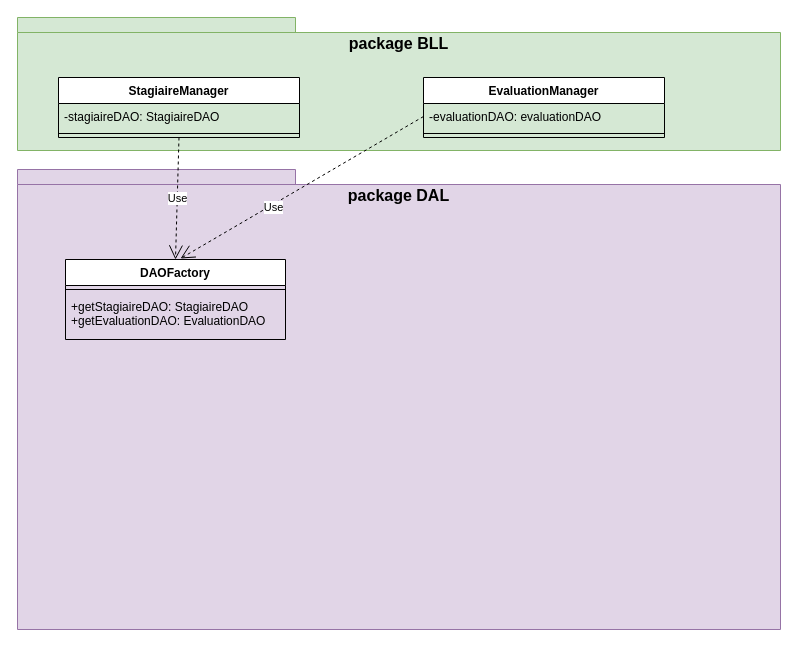
Earlier version of the draw.io diagram Diagramme sans nom.drawio (JeromeLuss/DiagrammesEnVrac). Source tidied: cells renumbered, new cells numbered last; positions are measured from the earlier drawing's top-left corner, leaving out a move shared by most shapes. Both pictures are drawn from the tidied source at 100%, with x=0, y=0 at pixel (17, 17).
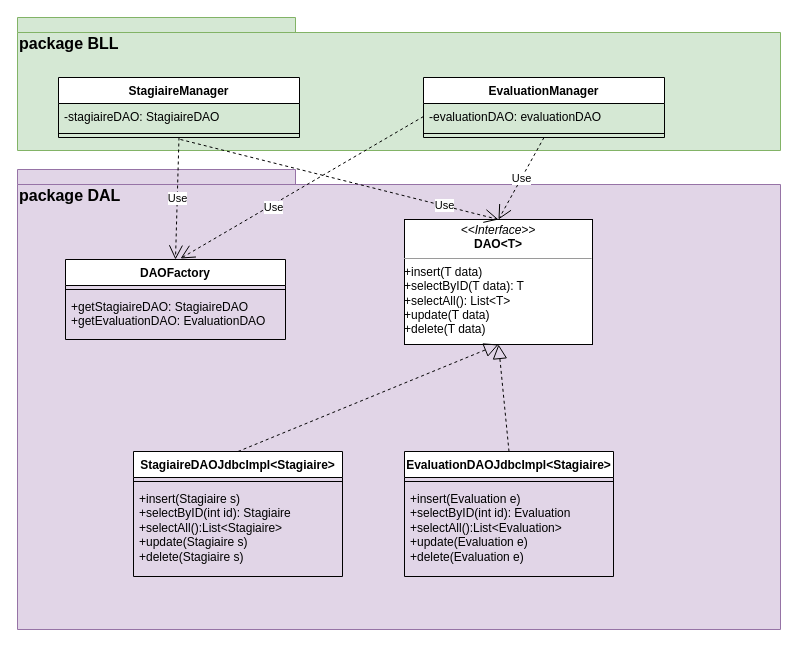
The same page after the edit.

Commit message:
Mettre à jour Diagramme sans nom.drawio

Unchanged cells that the change refers to:
```xml
<mxCell id="5" style="line;strokeWidth=1;fillColor=none;align=left;verticalAlign=middle;spacingTop=-1;spacingLeft=3;spacingRight=3;labelPosition=right;points=[];portConstraint=eastwest;strokeColor=inherit;" parent="3" vertex="1">
  <mxGeometry y="52" width="241" height="8" as="geometry" />
</mxCell>
<mxCell id="6" value="EvaluationManager" style="swimlane;fontStyle=1;align=center;verticalAlign=top;horizontal=1;startSize=26;whiteSpace=wrap;html=1;" parent="1" vertex="1">
  <mxGeometry x="406" y="60" width="241" height="60" as="geometry" />
</mxCell>
```

Diff of the diagram source:
```diff
@@
-    <mxCell id="2" value="package BLL" style="shape=folder;fontStyle=1;spacingTop=10;tabWidth=278;tabHeight=15;tabPosition=left;html=1;whiteSpace=wrap;verticalAlign=top;fontSize=16;fillColor=#d5e8d4;strokeColor=#82b366;" parent="1" vertex="1">
+    <mxCell id="2" value="package BLL" style="shape=folder;fontStyle=1;spacingTop=10;tabWidth=278;tabHeight=15;tabPosition=left;html=1;whiteSpace=wrap;verticalAlign=top;fontSize=16;fillColor=#d5e8d4;strokeColor=#82b366;align=left;" parent="1" vertex="1">
       <mxGeometry width="763" height="133" as="geometry" />
     </mxCell>
@@
-    <mxCell id="9" value="package DAL" style="shape=folder;fontStyle=1;spacingTop=10;tabWidth=278;tabHeight=15;tabPosition=left;html=1;whiteSpace=wrap;verticalAlign=top;fontSize=16;fillColor=#e1d5e7;strokeColor=#9673a6;" parent="1" vertex="1">
+    <mxCell id="9" value="package DAL" style="shape=folder;fontStyle=1;spacingTop=10;tabWidth=278;tabHeight=15;tabPosition=left;html=1;whiteSpace=wrap;verticalAlign=top;fontSize=16;fillColor=#e1d5e7;strokeColor=#9673a6;align=left;" parent="1" vertex="1">
       <mxGeometry y="152" width="763" height="460" as="geometry" />
     </mxCell>
@@
+    <mxCell id="15" value="&lt;p style=&quot;margin:0px;margin-top:4px;text-align:center;&quot;&gt;&lt;i&gt;&amp;lt;&amp;lt;Interface&amp;gt;&amp;gt;&lt;/i&gt;&lt;br&gt;&lt;b&gt;DAO&amp;lt;T&amp;gt;&lt;/b&gt;&lt;br&gt;&lt;/p&gt;&lt;hr size=&quot;1&quot;&gt;&lt;div&gt;+insert(T data)&lt;/div&gt;&lt;div&gt;+selectByID(T data): T&lt;/div&gt;&lt;div&gt;+selectAll(): List&amp;lt;T&amp;gt;&lt;/div&gt;&lt;div&gt;+update(T data)&lt;/div&gt;&lt;div&gt;+delete(T data)&lt;br&gt;&lt;/div&gt;" style="verticalAlign=top;align=left;overflow=fill;fontSize=12;fontFamily=Helvetica;html=1;whiteSpace=wrap;" parent="1" vertex="1">
+      <mxGeometry x="387" y="202" width="188" height="125" as="geometry" />
+    </mxCell>
+    <mxCell id="16" value="Use" style="endArrow=open;endSize=12;dashed=1;html=1;rounded=0;exitX=0.506;exitY=1.25;exitDx=0;exitDy=0;exitPerimeter=0;entryX=0.5;entryY=0;entryDx=0;entryDy=0;" parent="1" edge="1" source="5" target="15">
+      <mxGeometry x="0.66" relative="1" as="geometry" />
+    </mxCell>
+    <mxCell id="17" value="Use" style="endArrow=open;endSize=12;dashed=1;html=1;rounded=0;exitX=0.5;exitY=1;exitDx=0;exitDy=0;entryX=0.5;entryY=0;entryDx=0;entryDy=0;" parent="1" edge="1" source="6" target="15">
+      <mxGeometry relative="1" as="geometry" />
+    </mxCell>
+    <mxCell id="18" value="StagiaireDAOJdbcImpl&amp;lt;Stagiaire&amp;gt;" style="swimlane;fontStyle=1;align=center;verticalAlign=top;horizontal=1;startSize=26;whiteSpace=wrap;html=1;" parent="1" vertex="1">
+      <mxGeometry x="116" y="434" width="209" height="125" as="geometry" />
+    </mxCell>
+    <mxCell id="19" style="line;strokeWidth=1;fillColor=none;align=left;verticalAlign=middle;spacingTop=-1;spacingLeft=3;spacingRight=3;labelPosition=right;strokeColor=inherit;" parent="18" vertex="1">
+      <mxGeometry y="26" width="209" height="8" as="geometry" />
+    </mxCell>
+    <mxCell id="20" value="&lt;div&gt;+insert(Stagiaire s)&lt;/div&gt;&lt;div&gt;+selectByID(int id): Stagiaire&lt;/div&gt;&lt;div&gt;+selectAll():List&amp;lt;Stagiaire&amp;gt;&lt;/div&gt;&lt;div&gt;+update(Stagiaire s)&lt;/div&gt;&lt;div&gt;+delete(Stagiaire s)&lt;br&gt;&lt;/div&gt;" style="text;strokeColor=none;fillColor=none;align=left;verticalAlign=top;spacingLeft=4;spacingRight=4;overflow=hidden;whiteSpace=wrap;html=1;" parent="18" vertex="1">
+      <mxGeometry y="34" width="209" height="91" as="geometry" />
+    </mxCell>
+    <mxCell id="21" value="EvaluationDAOJdbcImpl&amp;lt;Stagiaire&amp;gt;" style="swimlane;fontStyle=1;align=center;verticalAlign=top;horizontal=1;startSize=26;whiteSpace=wrap;html=1;" parent="1" vertex="1">
+      <mxGeometry x="387" y="434" width="209" height="125" as="geometry" />
+    </mxCell>
+    <mxCell id="22" style="line;strokeWidth=1;fillColor=none;align=left;verticalAlign=middle;spacingTop=-1;spacingLeft=3;spacingRight=3;labelPosition=right;strokeColor=inherit;" parent="21" vertex="1">
+      <mxGeometry y="26" width="209" height="8" as="geometry" />
+    </mxCell>
+    <mxCell id="23" value="&lt;div&gt;+insert(Evaluation e)&lt;/div&gt;&lt;div&gt;+selectByID(int id): Evaluation&lt;/div&gt;&lt;div&gt;+selectAll():List&amp;lt;Evaluation&amp;gt;&lt;/div&gt;&lt;div&gt;+update(Evaluation e)&lt;/div&gt;&lt;div&gt;+delete(Evaluation e)&lt;br&gt;&lt;/div&gt;" style="text;strokeColor=none;fillColor=none;align=left;verticalAlign=top;spacingLeft=4;spacingRight=4;overflow=hidden;whiteSpace=wrap;html=1;" parent="21" vertex="1">
+      <mxGeometry y="34" width="209" height="91" as="geometry" />
+    </mxCell>
+    <mxCell id="24" style="endArrow=block;dashed=1;endFill=0;endSize=12;html=1;rounded=0;exitX=0.5;exitY=0;exitDx=0;exitDy=0;entryX=0.5;entryY=1;entryDx=0;entryDy=0;" parent="1" edge="1" source="18" target="15">
+      <mxGeometry relative="1" as="geometry" />
+    </mxCell>
+    <mxCell id="25" style="endArrow=block;dashed=1;endFill=0;endSize=12;html=1;rounded=0;exitX=0.5;exitY=0;exitDx=0;exitDy=0;entryX=0.5;entryY=1;entryDx=0;entryDy=0;" parent="1" edge="1" source="21" target="15">
+      <mxGeometry relative="1" as="geometry" />
+    </mxCell>
```
